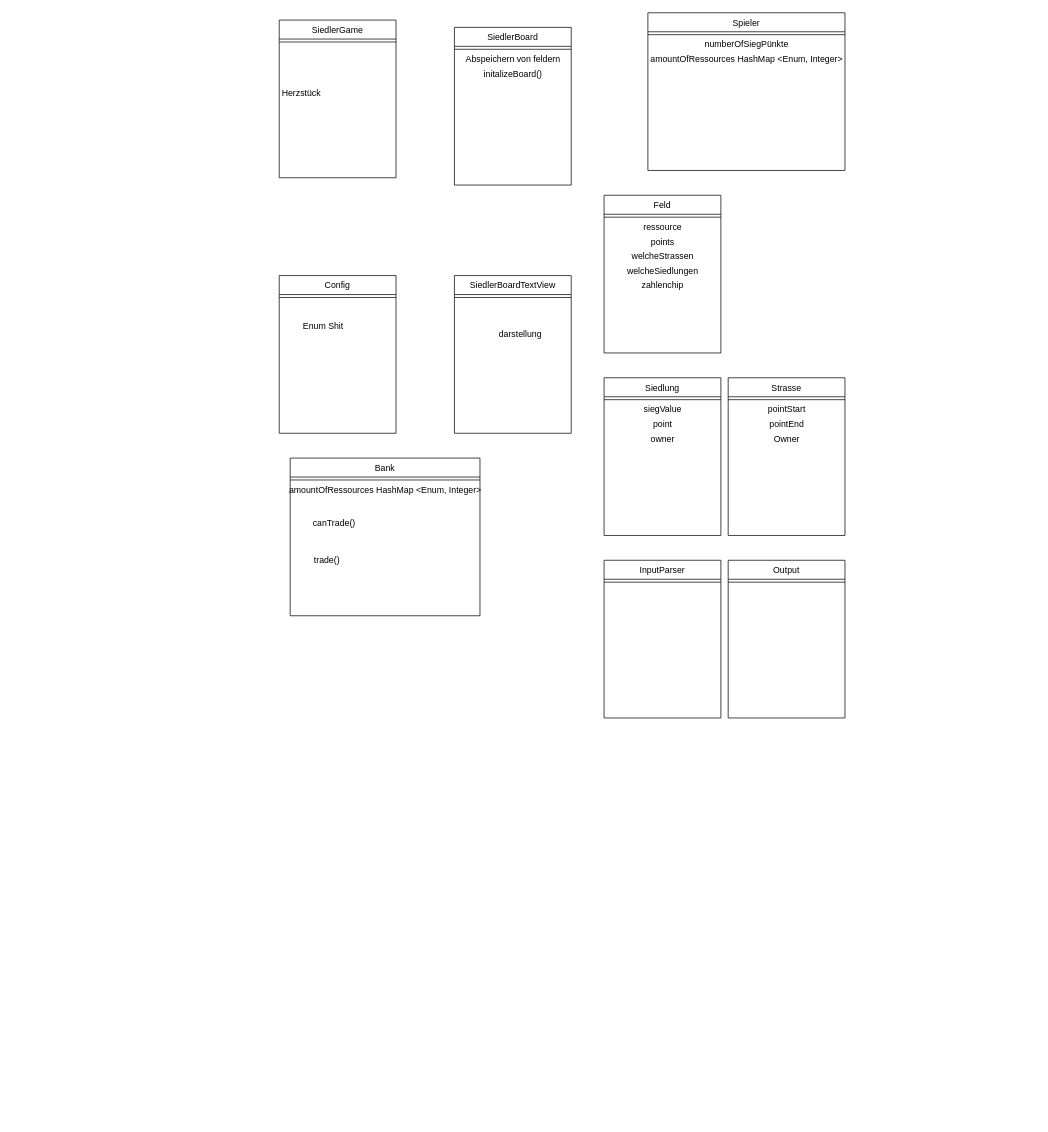
Before: doc/Klassendiagramm.drawio in YvesBraendli/catan_PM1, a draw.io diagram. Source tidied: cells renumbered, new cells numbered last; positions are measured from the earlier drawing's top-left corner, leaving out a move shared by most shapes. Both pictures are drawn from the tidied source at 73%, with x=0, y=0 at pixel (275, 12).
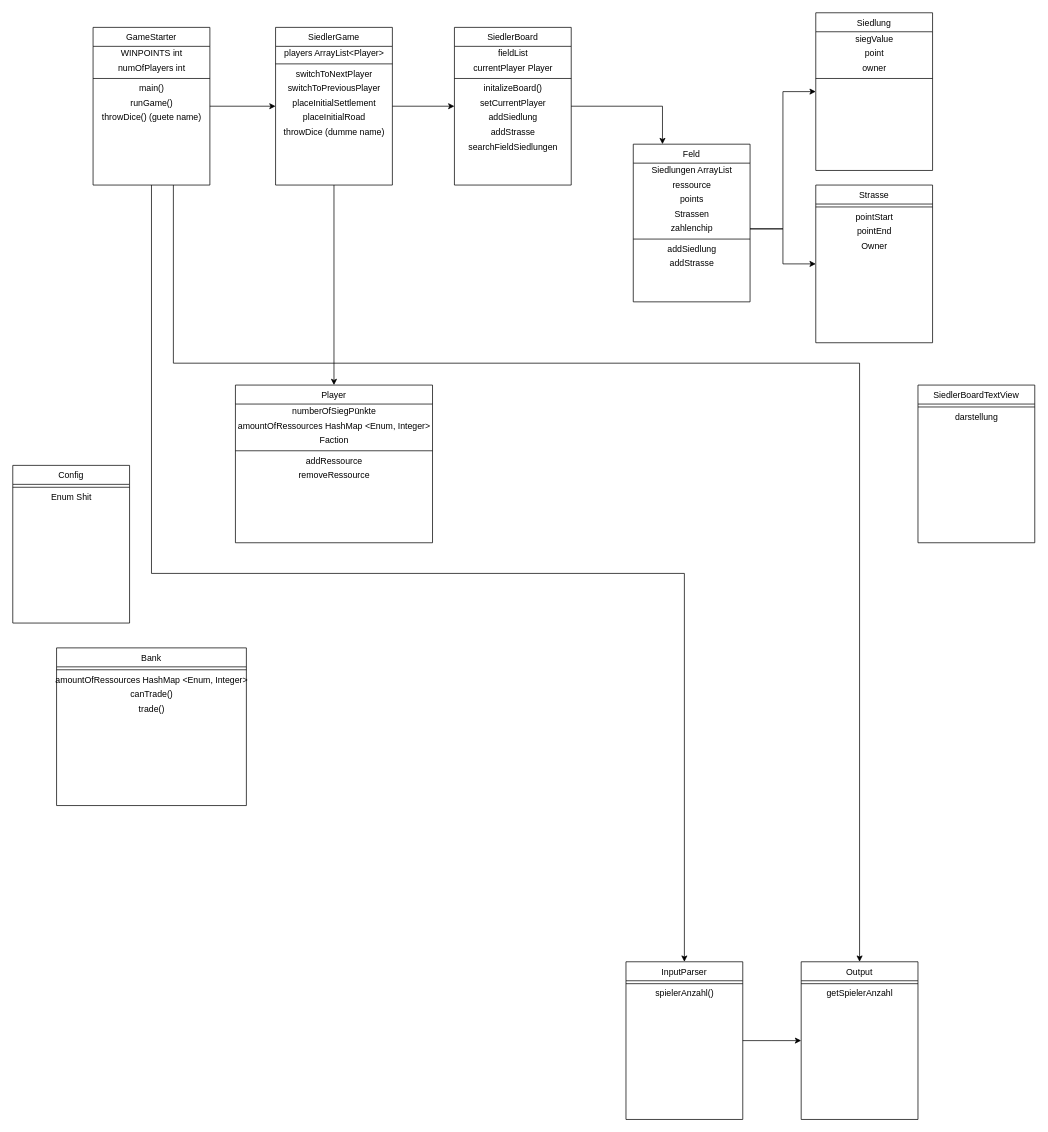
The same diagram, later.

Commit message:
updated class diagram

The change refers to these unchanged cells:
```xml
<mxCell id="4" value="SiedlerBoard" style="swimlane;fontStyle=0;align=center;verticalAlign=top;horizontal=1;startSize=26;rounded=0;shadow=0;strokeWidth=1;" parent="1" vertex="1">
  <mxGeometry x="245" y="20" width="160" height="216" as="geometry" />
</mxCell>
```

Diff of the diagram source:
```diff
@@
+    <mxCell id="45" style="edgeStyle=orthogonalEdgeStyle;rounded=0;jettySize=auto;html=1;entryX=0;entryY=0.5;entryDx=0;entryDy=0;" parent="1" edge="1" source="2" target="4">
+      <mxGeometry relative="1" as="geometry" />
+    </mxCell>
+    <mxCell id="46" style="edgeStyle=orthogonalEdgeStyle;rounded=0;jettySize=auto;html=1;entryX=0.5;entryY=0;entryDx=0;entryDy=0;" parent="1" edge="1" source="2" target="15">
+      <mxGeometry relative="1" as="geometry" />
+    </mxCell>
     <mxCell id="2" value="SiedlerGame" style="swimlane;fontStyle=0;align=center;verticalAlign=top;horizontal=1;startSize=26;rounded=0;shadow=0;strokeWidth=1;" parent="1" vertex="1">
-      <mxGeometry x="5" y="10" width="160" height="216" as="geometry" />
+      <mxGeometry y="20" width="160" height="216" as="geometry" />
     </mxCell>
+    <mxCell id="47" value="&lt;div&gt;players ArrayList&amp;lt;Player&amp;gt;&lt;br&gt;&lt;/div&gt;" style="text;html=1;align=center;verticalAlign=middle;" parent="2" vertex="1">
+      <mxGeometry y="26" width="160" height="20" as="geometry" />
+    </mxCell>
     <mxCell id="3" style="line;html=1;strokeWidth=1;align=left;verticalAlign=middle;spacingTop=-1;spacingLeft=3;spacingRight=3;labelPosition=right;" parent="2" vertex="1">
-      <mxGeometry y="26" width="160" height="8" as="geometry" />
+      <mxGeometry y="46" width="160" height="8" as="geometry" />
     </mxCell>
+    <mxCell id="13" value="switchToNextPlayer" style="text;html=1;align=center;verticalAlign=middle;" parent="2" vertex="1">
+      <mxGeometry y="54" width="160" height="20" as="geometry" />
+    </mxCell>
+    <mxCell id="48" value="switchToPreviousPlayer" style="text;html=1;align=center;verticalAlign=middle;" parent="2" vertex="1">
+      <mxGeometry y="74" width="160" height="20" as="geometry" />
+    </mxCell>
+    <mxCell id="49" value="placeInitialSettlement" style="text;html=1;align=center;verticalAlign=middle;" parent="2" vertex="1">
+      <mxGeometry y="94" width="160" height="20" as="geometry" />
+    </mxCell>
+    <mxCell id="50" value="placeInitialRoad" style="text;html=1;align=center;verticalAlign=middle;" parent="2" vertex="1">
+      <mxGeometry y="114" width="160" height="20" as="geometry" />
+    </mxCell>
+    <mxCell id="51" value="throwDice (dumme name)" style="text;html=1;align=center;verticalAlign=middle;" parent="2" vertex="1">
+      <mxGeometry y="134" width="160" height="20" as="geometry" />
+    </mxCell>
+    <mxCell id="52" style="edgeStyle=orthogonalEdgeStyle;rounded=0;jettySize=auto;html=1;entryX=0.25;entryY=0;entryDx=0;entryDy=0;" parent="1" edge="1" source="4" target="24">
+      <mxGeometry relative="1" as="geometry" />
+    </mxCell>
@@
+    <mxCell id="6" value="fieldList" style="text;html=1;align=center;verticalAlign=middle;" parent="4" vertex="1">
+      <mxGeometry y="26" width="160" height="20" as="geometry" />
+    </mxCell>
+    <mxCell id="53" value="currentPlayer Player" style="text;html=1;align=center;verticalAlign=middle;" parent="4" vertex="1">
+      <mxGeometry y="46" width="160" height="20" as="geometry" />
+    </mxCell>
     <mxCell id="5" style="line;html=1;strokeWidth=1;align=left;verticalAlign=middle;spacingTop=-1;spacingLeft=3;spacingRight=3;labelPosition=right;" parent="4" vertex="1">
-      <mxGeometry y="26" width="160" height="8" as="geometry" />
+      <mxGeometry y="66" width="160" height="8" as="geometry" />
     </mxCell>
-    <mxCell id="6" value="Abspeichern von feldern&lt;br&gt;" style="text;html=1;align=center;verticalAlign=middle;" parent="4" vertex="1">
-      <mxGeometry y="34" width="160" height="20" as="geometry" />
-    </mxCell>
     <mxCell id="7" value="initalizeBoard()" style="text;html=1;align=center;verticalAlign=middle;" parent="4" vertex="1">
-      <mxGeometry y="54" width="160" height="20" as="geometry" />
+      <mxGeometry y="74" width="160" height="20" as="geometry" />
     </mxCell>
+    <mxCell id="54" value="setCurrentPlayer" style="text;html=1;align=center;verticalAlign=middle;" parent="4" vertex="1">
+      <mxGeometry y="94" width="160" height="20" as="geometry" />
+    </mxCell>
+    <mxCell id="55" value="addSiedlung" style="text;html=1;align=center;verticalAlign=middle;" parent="4" vertex="1">
+      <mxGeometry y="114" width="160" height="20" as="geometry" />
+    </mxCell>
+    <mxCell id="56" value="addStrasse" style="text;html=1;align=center;verticalAlign=middle;" parent="4" vertex="1">
+      <mxGeometry y="134" width="160" height="20" as="geometry" />
+    </mxCell>
+    <mxCell id="57" value="searchFieldSiedlungen" style="text;html=1;align=center;verticalAlign=middle;" parent="4" vertex="1">
+      <mxGeometry y="154" width="160" height="20" as="geometry" />
+    </mxCell>
     <mxCell id="8" value="Config" style="swimlane;fontStyle=0;align=center;verticalAlign=top;horizontal=1;startSize=26;rounded=0;shadow=0;strokeWidth=1;" parent="1" vertex="1">
-      <mxGeometry x="5" y="360" width="160" height="216" as="geometry" />
+      <mxGeometry x="-360" y="620" width="160" height="216" as="geometry" />
     </mxCell>
@@
+    <mxCell id="12" value="Enum Shit" style="text;html=1;align=center;verticalAlign=middle;" parent="8" vertex="1">
+      <mxGeometry y="34" width="160" height="20" as="geometry" />
+    </mxCell>
     <mxCell id="10" value="SiedlerBoardTextView" style="swimlane;fontStyle=0;align=center;verticalAlign=top;horizontal=1;startSize=26;rounded=0;shadow=0;strokeWidth=1;" parent="1" vertex="1">
-      <mxGeometry x="245" y="360" width="160" height="216" as="geometry" />
+      <mxGeometry x="880" y="510" width="160" height="216" as="geometry" />
     </mxCell>
@@
-    <mxCell id="12" value="Enum Shit" style="text;html=1;align=center;verticalAlign=middle;" parent="1" vertex="1">
-      <mxGeometry x="30" y="420" width="70" height="20" as="geometry" />
-    </mxCell>
-    <mxCell id="13" value="Herzstück" style="text;html=1;align=center;verticalAlign=middle;" parent="1" vertex="1">
-      <mxGeometry y="100" width="70" height="20" as="geometry" />
-    </mxCell>
-    <mxCell id="14" value="darstellung" style="text;html=1;align=center;verticalAlign=middle;" parent="1" vertex="1">
-      <mxGeometry x="300" y="430" width="70" height="20" as="geometry" />
+    <mxCell id="14" value="darstellung" style="text;html=1;align=center;verticalAlign=middle;" parent="10" vertex="1">
+      <mxGeometry y="34" width="160" height="20" as="geometry" />
     </mxCell>
-    <mxCell id="15" value="Spieler" style="swimlane;fontStyle=0;align=center;verticalAlign=top;horizontal=1;startSize=26;rounded=0;shadow=0;strokeWidth=1;" parent="1" vertex="1">
-      <mxGeometry x="510" width="270" height="216" as="geometry" />
+    <mxCell id="15" value="Player" style="swimlane;fontStyle=0;align=center;verticalAlign=top;horizontal=1;startSize=26;rounded=0;shadow=0;strokeWidth=1;" parent="1" vertex="1">
+      <mxGeometry x="-55" y="510" width="270" height="216" as="geometry" />
     </mxCell>
-    <mxCell id="16" style="line;html=1;strokeWidth=1;align=left;verticalAlign=middle;spacingTop=-1;spacingLeft=3;spacingRight=3;labelPosition=right;" parent="15" vertex="1">
-      <mxGeometry y="26" width="270" height="8" as="geometry" />
-    </mxCell>
     <mxCell id="17" value="numberOfSiegPünkte" style="text;html=1;align=center;verticalAlign=middle;" parent="15" vertex="1">
-      <mxGeometry y="34" width="270" height="20" as="geometry" />
+      <mxGeometry y="26" width="270" height="20" as="geometry" />
     </mxCell>
     <mxCell id="18" value="amountOfRessources HashMap &amp;lt;Enum, Integer&amp;gt;" style="text;html=1;align=center;verticalAlign=middle;" parent="15" vertex="1">
-      <mxGeometry y="54" width="270" height="20" as="geometry" />
+      <mxGeometry y="46" width="270" height="20" as="geometry" />
     </mxCell>
+    <mxCell id="58" value="Faction" style="text;html=1;align=center;verticalAlign=middle;" parent="15" vertex="1">
+      <mxGeometry y="66" width="270" height="20" as="geometry" />
+    </mxCell>
+    <mxCell id="16" style="line;html=1;strokeWidth=1;align=left;verticalAlign=middle;spacingTop=-1;spacingLeft=3;spacingRight=3;labelPosition=right;" parent="15" vertex="1">
+      <mxGeometry y="86" width="270" height="8" as="geometry" />
+    </mxCell>
+    <mxCell id="59" value="addRessource" style="text;html=1;align=center;verticalAlign=middle;" parent="15" vertex="1">
+      <mxGeometry y="94" width="270" height="20" as="geometry" />
+    </mxCell>
+    <mxCell id="60" value="removeRessource" style="text;html=1;align=center;verticalAlign=middle;" parent="15" vertex="1">
+      <mxGeometry y="114" width="270" height="20" as="geometry" />
+    </mxCell>
     <mxCell id="19" value="Siedlung" style="swimlane;fontStyle=0;align=center;verticalAlign=top;horizontal=1;startSize=26;rounded=0;shadow=0;strokeWidth=1;" parent="1" vertex="1">
-      <mxGeometry x="450" y="500" width="160" height="216" as="geometry" />
+      <mxGeometry x="740" width="160" height="216" as="geometry" />
     </mxCell>
-    <mxCell id="20" style="line;html=1;strokeWidth=1;align=left;verticalAlign=middle;spacingTop=-1;spacingLeft=3;spacingRight=3;labelPosition=right;" parent="19" vertex="1">
-      <mxGeometry y="26" width="160" height="8" as="geometry" />
-    </mxCell>
     <mxCell id="21" value="siegValue" style="text;html=1;align=center;verticalAlign=middle;" parent="19" vertex="1">
-      <mxGeometry y="34" width="160" height="20" as="geometry" />
+      <mxGeometry y="26" width="160" height="20" as="geometry" />
     </mxCell>
     <mxCell id="22" value="point" style="text;html=1;align=center;verticalAlign=middle;" parent="19" vertex="1">
-      <mxGeometry y="54" width="160" height="20" as="geometry" />
+      <mxGeometry y="46" width="160" height="20" as="geometry" />
     </mxCell>
     <mxCell id="23" value="owner" style="text;html=1;align=center;verticalAlign=middle;" parent="19" vertex="1">
-      <mxGeometry y="74" width="160" height="20" as="geometry" />
+      <mxGeometry y="66" width="160" height="20" as="geometry" />
     </mxCell>
+    <mxCell id="20" style="line;html=1;strokeWidth=1;align=left;verticalAlign=middle;spacingTop=-1;spacingLeft=3;spacingRight=3;labelPosition=right;" parent="19" vertex="1">
+      <mxGeometry y="86" width="160" height="8" as="geometry" />
+    </mxCell>
     <mxCell id="24" value="Feld" style="swimlane;fontStyle=0;align=center;verticalAlign=top;horizontal=1;startSize=26;rounded=0;shadow=0;strokeWidth=1;" parent="1" vertex="1">
-      <mxGeometry x="450" y="250" width="160" height="216" as="geometry" />
+      <mxGeometry x="490" y="180" width="160" height="216" as="geometry" />
     </mxCell>
-    <mxCell id="25" style="line;html=1;strokeWidth=1;align=left;verticalAlign=middle;spacingTop=-1;spacingLeft=3;spacingRight=3;labelPosition=right;" parent="24" vertex="1">
-      <mxGeometry y="26" width="160" height="8" as="geometry" />
-    </mxCell>
+    <mxCell id="29" value="Siedlungen ArrayList" style="text;html=1;align=center;verticalAlign=middle;" parent="24" vertex="1">
+      <mxGeometry y="26" width="160" height="20" as="geometry" />
+    </mxCell>
     <mxCell id="26" value="ressource" style="text;html=1;align=center;verticalAlign=middle;" parent="24" vertex="1">
-      <mxGeometry y="34" width="160" height="20" as="geometry" />
+      <mxGeometry y="46" width="160" height="20" as="geometry" />
     </mxCell>
     <mxCell id="27" value="points" style="text;html=1;align=center;verticalAlign=middle;" parent="24" vertex="1">
-      <mxGeometry y="54" width="160" height="20" as="geometry" />
+      <mxGeometry y="66" width="160" height="20" as="geometry" />
     </mxCell>
-    <mxCell id="28" value="welcheStrassen" style="text;html=1;align=center;verticalAlign=middle;" parent="24" vertex="1">
-      <mxGeometry y="74" width="160" height="20" as="geometry" />
+    <mxCell id="28" value="Strassen" style="text;html=1;align=center;verticalAlign=middle;" parent="24" vertex="1">
+      <mxGeometry y="86" width="160" height="20" as="geometry" />
     </mxCell>
-    <mxCell id="29" value="welcheSiedlungen" style="text;html=1;align=center;verticalAlign=middle;" parent="24" vertex="1">
-      <mxGeometry y="94" width="160" height="20" as="geometry" />
-    </mxCell>
     <mxCell id="30" value="zahlenchip" style="text;html=1;align=center;verticalAlign=middle;points=[];" parent="24" vertex="1">
-      <mxGeometry y="114" width="160" height="20" as="geometry" />
+      <mxGeometry y="106" width="160" height="20" as="geometry" />
     </mxCell>
+    <mxCell id="25" style="line;html=1;strokeWidth=1;align=left;verticalAlign=middle;spacingTop=-1;spacingLeft=3;spacingRight=3;labelPosition=right;" parent="24" vertex="1">
+      <mxGeometry y="126" width="160" height="8" as="geometry" />
+    </mxCell>
+    <mxCell id="61" value="addSiedlung" style="text;html=1;align=center;verticalAlign=middle;" parent="24" vertex="1">
+      <mxGeometry y="134" width="160" height="20" as="geometry" />
+    </mxCell>
+    <mxCell id="62" value="addStrasse" style="text;html=1;align=center;verticalAlign=middle;" parent="24" vertex="1">
+      <mxGeometry y="154" width="160" height="20" as="geometry" />
+    </mxCell>
     <mxCell id="31" value="Strasse" style="swimlane;fontStyle=0;align=center;verticalAlign=top;horizontal=1;startSize=26;rounded=0;shadow=0;strokeWidth=1;" parent="1" vertex="1">
-      <mxGeometry x="620" y="500" width="160" height="216" as="geometry" />
+      <mxGeometry x="740" y="236" width="160" height="216" as="geometry" />
     </mxCell>
@@
     <mxCell id="36" value="Bank" style="swimlane;fontStyle=0;align=center;verticalAlign=top;horizontal=1;startSize=26;rounded=0;shadow=0;strokeWidth=1;" parent="1" vertex="1">
-      <mxGeometry x="20" y="610" width="260" height="216" as="geometry" />
+      <mxGeometry x="-300" y="870" width="260" height="216" as="geometry" />
     </mxCell>
@@
-    <mxCell id="39" value="canTrade()" style="text;html=1;align=center;verticalAlign=middle;" parent="1" vertex="1">
-      <mxGeometry x="45" y="690" width="70" height="20" as="geometry" />
+    <mxCell id="39" value="canTrade()" style="text;html=1;align=center;verticalAlign=middle;" parent="36" vertex="1">
+      <mxGeometry y="54" width="260" height="20" as="geometry" />
     </mxCell>
-    <mxCell id="40" value="trade()" style="text;html=1;align=center;verticalAlign=middle;" parent="1" vertex="1">
-      <mxGeometry x="45" y="740" width="50" height="20" as="geometry" />
+    <mxCell id="40" value="trade()" style="text;html=1;align=center;verticalAlign=middle;" parent="36" vertex="1">
+      <mxGeometry y="74" width="260" height="20" as="geometry" />
     </mxCell>
     <mxCell id="41" value="Output" style="swimlane;fontStyle=0;align=center;verticalAlign=top;horizontal=1;startSize=26;rounded=0;shadow=0;strokeWidth=1;" parent="1" vertex="1">
-      <mxGeometry x="620" y="750" width="160" height="216" as="geometry" />
+      <mxGeometry x="720" y="1300" width="160" height="216" as="geometry" />
     </mxCell>
@@
+    <mxCell id="63" value="getSpielerAnzahl" style="text;html=1;align=center;verticalAlign=middle;" parent="41" vertex="1">
+      <mxGeometry y="34" width="160" height="20" as="geometry" />
+    </mxCell>
+    <mxCell id="64" style="edgeStyle=orthogonalEdgeStyle;rounded=0;jettySize=auto;html=1;" parent="1" edge="1" source="43">
+      <mxGeometry relative="1" as="geometry">
+        <mxPoint x="720" y="1408" as="targetPoint" />
+      </mxGeometry>
+    </mxCell>
     <mxCell id="43" value="InputParser" style="swimlane;fontStyle=0;align=center;verticalAlign=top;horizontal=1;startSize=26;rounded=0;shadow=0;strokeWidth=1;" parent="1" vertex="1">
-      <mxGeometry x="450" y="750" width="160" height="216" as="geometry" />
+      <mxGeometry x="480" y="1300" width="160" height="216" as="geometry" />
     </mxCell>
@@
+    <mxCell id="65" value="spielerAnzahl()" style="text;html=1;align=center;verticalAlign=middle;" parent="43" vertex="1">
+      <mxGeometry y="34" width="160" height="20" as="geometry" />
+    </mxCell>
+    <mxCell id="66" style="edgeStyle=orthogonalEdgeStyle;rounded=0;jettySize=auto;html=1;entryX=0;entryY=0.5;entryDx=0;entryDy=0;" parent="1" edge="1" source="69" target="2">
+      <mxGeometry relative="1" as="geometry" />
+    </mxCell>
+    <mxCell id="67" style="edgeStyle=orthogonalEdgeStyle;rounded=0;jettySize=auto;html=1;exitX=0.5;exitY=1;exitDx=0;exitDy=0;entryX=0.5;entryY=0;entryDx=0;entryDy=0;" parent="1" edge="1" source="69" target="43">
+      <mxGeometry relative="1" as="geometry" />
+    </mxCell>
+    <mxCell id="68" style="edgeStyle=orthogonalEdgeStyle;rounded=0;jettySize=auto;html=1;entryX=0.5;entryY=0;entryDx=0;entryDy=0;" parent="1" edge="1" source="69" target="41">
+      <mxGeometry relative="1" as="geometry">
+        <Array as="points">
+          <mxPoint x="-140" y="480" />
+          <mxPoint x="800" y="480" />
+        </Array>
+      </mxGeometry>
+    </mxCell>
+    <mxCell id="69" value="GameStarter" style="swimlane;fontStyle=0;align=center;verticalAlign=top;horizontal=1;startSize=26;rounded=0;shadow=0;strokeWidth=1;" parent="1" vertex="1">
+      <mxGeometry x="-250" y="20" width="160" height="216" as="geometry" />
+    </mxCell>
+    <mxCell id="70" value="WINPOINTS int" style="text;html=1;align=center;verticalAlign=middle;" parent="69" vertex="1">
+      <mxGeometry y="26" width="160" height="20" as="geometry" />
+    </mxCell>
+    <mxCell id="71" value="numOfPlayers int" style="text;html=1;align=center;verticalAlign=middle;" parent="69" vertex="1">
+      <mxGeometry y="46" width="160" height="20" as="geometry" />
+    </mxCell>
+    <mxCell id="72" style="line;html=1;strokeWidth=1;align=left;verticalAlign=middle;spacingTop=-1;spacingLeft=3;spacingRight=3;labelPosition=right;" parent="69" vertex="1">
+      <mxGeometry y="66" width="160" height="8" as="geometry" />
+    </mxCell>
+    <mxCell id="73" value="main()" style="text;html=1;align=center;verticalAlign=middle;" parent="69" vertex="1">
+      <mxGeometry y="74" width="160" height="20" as="geometry" />
+    </mxCell>
+    <mxCell id="74" value="runGame()" style="text;html=1;align=center;verticalAlign=middle;" parent="69" vertex="1">
+      <mxGeometry y="94" width="160" height="20" as="geometry" />
+    </mxCell>
+    <mxCell id="75" value="throwDice() (guete name)" style="text;html=1;align=center;verticalAlign=middle;" parent="69" vertex="1">
+      <mxGeometry y="114" width="160" height="20" as="geometry" />
+    </mxCell>
+    <mxCell id="76" style="edgeStyle=orthogonalEdgeStyle;rounded=0;jettySize=auto;html=1;entryX=0;entryY=0.5;entryDx=0;entryDy=0;" parent="1" edge="1" source="30" target="31">
+      <mxGeometry relative="1" as="geometry" />
+    </mxCell>
+    <mxCell id="77" style="edgeStyle=orthogonalEdgeStyle;rounded=0;jettySize=auto;html=1;entryX=0;entryY=0.5;entryDx=0;entryDy=0;" parent="1" edge="1" source="30" target="19">
+      <mxGeometry relative="1" as="geometry" />
+    </mxCell>
```
